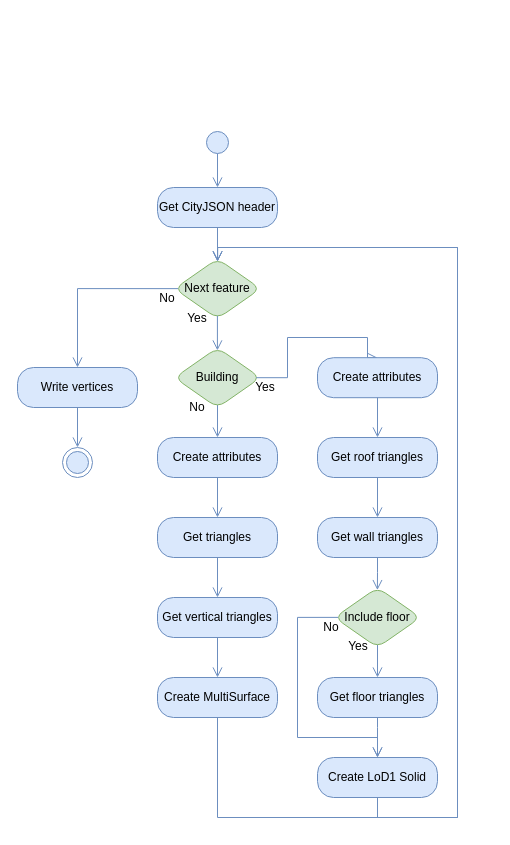
tudelft3d/3dfier keeps this draw.io diagram as resources/flowdiagrams/3dfier writing model CityJSON.drawio. Above is the earlier version. Source tidied: cells renumbered, new cells numbered last; positions are measured from the earlier drawing's top-left corner, leaving out a move shared by most shapes. Both pictures are drawn from the tidied source at 100%, with x=0, y=0 at pixel (17, 127).
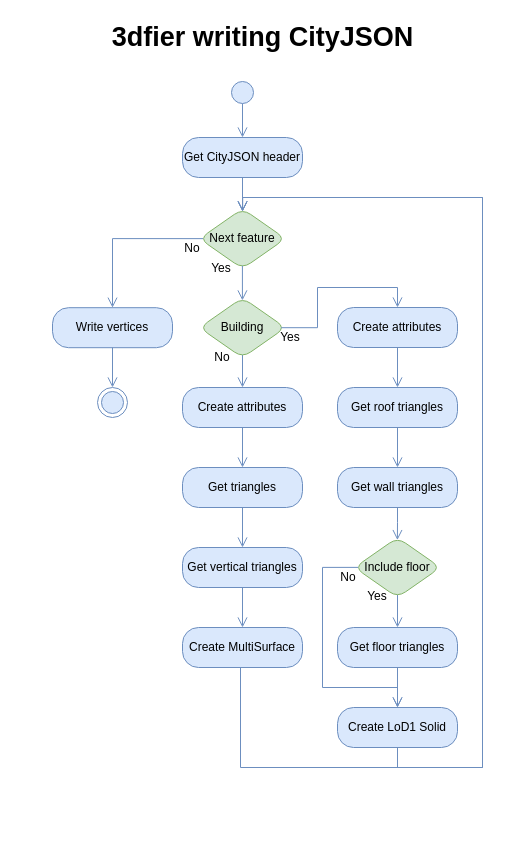
Above is the later version.

Commit message (it also covers changes not shown here):
docs: update flow diagrams

What changed in the source:
```diff
@@
     <mxCell id="2" value="Next feature" style="rhombus;whiteSpace=wrap;html=1;fillColor=#d5e8d4;strokeColor=#82b366;rounded=1;shadow=0;strokeWidth=1;perimeterSpacing=0;" parent="1" vertex="1">
-      <mxGeometry x="157" y="131.2" width="86" height="60" as="geometry" />
+      <mxGeometry x="182" y="81.2" width="86" height="60" as="geometry" />
     </mxCell>
     <mxCell id="3" value="No" style="text;html=1;strokeColor=none;fillColor=none;align=center;verticalAlign=middle;whiteSpace=wrap;rounded=0;" parent="1" vertex="1">
-      <mxGeometry x="129.7" y="161.3" width="40" height="20" as="geometry" />
+      <mxGeometry x="154.5" y="111.3" width="40" height="20" as="geometry" />
     </mxCell>
     <mxCell id="4" value="Yes" style="text;html=1;strokeColor=none;fillColor=none;align=center;verticalAlign=middle;whiteSpace=wrap;rounded=0;" parent="1" vertex="1">
-      <mxGeometry x="159.5" y="181.3" width="40" height="20" as="geometry" />
+      <mxGeometry x="184.3" y="131.3" width="40" height="20" as="geometry" />
     </mxCell>
     <mxCell id="5" value="Create attributes" style="rounded=1;whiteSpace=wrap;html=1;arcSize=40;fillColor=#dae8fc;strokeColor=#6c8ebf;shadow=0;" parent="1" vertex="1">
-      <mxGeometry x="140" y="310" width="120" height="40" as="geometry" />
+      <mxGeometry x="165" y="260" width="120" height="40" as="geometry" />
     </mxCell>
@@
     <mxCell id="9" value="Get CityJSON header" style="rounded=1;whiteSpace=wrap;html=1;arcSize=40;fillColor=#dae8fc;strokeColor=#6c8ebf;shadow=0;" parent="1" vertex="1">
-      <mxGeometry x="140" y="60" width="120" height="40" as="geometry" />
+      <mxGeometry x="165" y="10" width="120" height="40" as="geometry" />
     </mxCell>
@@
     <mxCell id="11" style="edgeStyle=orthogonalEdgeStyle;html=1;verticalAlign=bottom;endArrow=open;endSize=8;strokeColor=#6c8ebf;fillColor=#dae8fc;shadow=0;rounded=0;exitX=0.042;exitY=0.499;exitDx=0;exitDy=0;exitPerimeter=0;entryX=0.5;entryY=0;entryDx=0;entryDy=0;" parent="1" edge="1" source="2" target="12">
       <mxGeometry relative="1" as="geometry">
         <Array as="points">
-          <mxPoint x="60" y="161" />
+          <mxPoint x="95" y="111" />
         </Array>
       </mxGeometry>
     </mxCell>
     <mxCell id="12" value="Write vertices" style="rounded=1;whiteSpace=wrap;html=1;arcSize=40;fillColor=#dae8fc;strokeColor=#6c8ebf;shadow=0;" parent="1" vertex="1">
-      <mxGeometry y="240" width="120" height="40" as="geometry" />
+      <mxGeometry x="35" y="180.2" width="120" height="40" as="geometry" />
     </mxCell>
     <mxCell id="13" value="Building" style="rhombus;whiteSpace=wrap;html=1;fillColor=#d5e8d4;strokeColor=#82b366;rounded=1;shadow=0;strokeWidth=1;perimeterSpacing=0;" parent="1" vertex="1">
-      <mxGeometry x="157" y="220.2" width="86" height="60" as="geometry" />
+      <mxGeometry x="182" y="170.2" width="86" height="60" as="geometry" />
     </mxCell>
     <mxCell id="14" value="No" style="text;html=1;strokeColor=none;fillColor=none;align=center;verticalAlign=middle;whiteSpace=wrap;rounded=0;" parent="1" vertex="1">
-      <mxGeometry x="159.7" y="270.2" width="40" height="20" as="geometry" />
+      <mxGeometry x="184.5" y="220.2" width="40" height="20" as="geometry" />
     </mxCell>
     <mxCell id="15" value="Yes" style="text;html=1;strokeColor=none;fillColor=none;align=center;verticalAlign=middle;whiteSpace=wrap;rounded=0;" parent="1" vertex="1">
-      <mxGeometry x="227.6" y="250.2" width="40" height="20" as="geometry" />
+      <mxGeometry x="252.5" y="200.2" width="40" height="20" as="geometry" />
     </mxCell>
@@
     <mxCell id="17" value="Include floor" style="rhombus;whiteSpace=wrap;html=1;fillColor=#d5e8d4;strokeColor=#82b366;rounded=1;shadow=0;strokeWidth=1;perimeterSpacing=0;" parent="1" vertex="1">
-      <mxGeometry x="317" y="460" width="86" height="60" as="geometry" />
+      <mxGeometry x="337" y="410" width="86" height="60" as="geometry" />
     </mxCell>
     <mxCell id="18" value="No" style="text;html=1;strokeColor=none;fillColor=none;align=center;verticalAlign=middle;whiteSpace=wrap;rounded=0;" parent="1" vertex="1">
-      <mxGeometry x="294" y="490" width="40" height="20" as="geometry" />
+      <mxGeometry x="310.8" y="440" width="40" height="20" as="geometry" />
     </mxCell>
     <mxCell id="19" value="Yes" style="text;html=1;strokeColor=none;fillColor=none;align=center;verticalAlign=middle;whiteSpace=wrap;rounded=0;" parent="1" vertex="1">
-      <mxGeometry x="320.7" y="509" width="40" height="20" as="geometry" />
+      <mxGeometry x="339.5" y="459" width="40" height="20" as="geometry" />
     </mxCell>
     <mxCell id="20" value="Get floor triangles" style="rounded=1;whiteSpace=wrap;html=1;arcSize=40;fillColor=#dae8fc;strokeColor=#6c8ebf;shadow=0;" parent="1" vertex="1">
-      <mxGeometry x="300" y="550" width="120" height="40" as="geometry" />
+      <mxGeometry x="320" y="500" width="120" height="40" as="geometry" />
     </mxCell>
     <mxCell id="21" style="edgeStyle=orthogonalEdgeStyle;html=1;verticalAlign=bottom;endArrow=open;endSize=8;strokeColor=#6c8ebf;fillColor=#dae8fc;shadow=0;rounded=0;exitX=0.5;exitY=1;exitDx=0;exitDy=0;entryX=0.501;entryY=0.044;entryDx=0;entryDy=0;entryPerimeter=0;" parent="1" edge="1" source="27" target="2">
       <mxGeometry relative="1" as="geometry">
         <Array as="points">
-          <mxPoint x="360" y="690" />
-          <mxPoint x="440" y="690" />
-          <mxPoint x="440" y="120" />
-          <mxPoint x="200" y="120" />
+          <mxPoint x="380" y="640" />
+          <mxPoint x="465" y="640" />
+          <mxPoint x="465" y="70" />
+          <mxPoint x="225" y="70" />
         </Array>
       </mxGeometry>
     </mxCell>
     <mxCell id="22" style="edgeStyle=orthogonalEdgeStyle;html=1;verticalAlign=bottom;endArrow=open;endSize=8;strokeColor=#6c8ebf;fillColor=#dae8fc;shadow=0;rounded=0;exitX=0.95;exitY=0.5;exitDx=0;exitDy=0;exitPerimeter=0;entryX=0.5;entryY=0;entryDx=0;entryDy=0;" parent="1" edge="1" source="13" target="30">
       <mxGeometry relative="1" as="geometry">
         <Array as="points">
-          <mxPoint x="270" y="250" />
-          <mxPoint x="270" y="210" />
-          <mxPoint x="350" y="210" />
+          <mxPoint x="300" y="200" />
+          <mxPoint x="300" y="160" />
+          <mxPoint x="380" y="160" />
         </Array>
       </mxGeometry>
     </mxCell>
     <mxCell id="23" value="Get roof triangles" style="rounded=1;whiteSpace=wrap;html=1;arcSize=40;fillColor=#dae8fc;strokeColor=#6c8ebf;shadow=0;" parent="1" vertex="1">
-      <mxGeometry x="300" y="310" width="120" height="40" as="geometry" />
+      <mxGeometry x="320" y="260" width="120" height="40" as="geometry" />
     </mxCell>
@@
     <mxCell id="25" value="Get wall triangles" style="rounded=1;whiteSpace=wrap;html=1;arcSize=40;fillColor=#dae8fc;strokeColor=#6c8ebf;shadow=0;" parent="1" vertex="1">
-      <mxGeometry x="300" y="390" width="120" height="40" as="geometry" />
+      <mxGeometry x="320" y="340" width="120" height="40" as="geometry" />
     </mxCell>
@@
     <mxCell id="27" value="Create LoD1 Solid" style="rounded=1;whiteSpace=wrap;html=1;arcSize=40;fillColor=#dae8fc;strokeColor=#6c8ebf;shadow=0;" parent="1" vertex="1">
-      <mxGeometry x="300" y="630" width="120" height="40" as="geometry" />
+      <mxGeometry x="320" y="580" width="120" height="40" as="geometry" />
     </mxCell>
     <mxCell id="28" style="edgeStyle=orthogonalEdgeStyle;html=1;verticalAlign=bottom;endArrow=open;endSize=8;strokeColor=#6c8ebf;fillColor=#dae8fc;shadow=0;rounded=0;entryX=0.5;entryY=0;entryDx=0;entryDy=0;exitX=0.5;exitY=1;exitDx=0;exitDy=0;" parent="1" edge="1" source="20" target="27">
-      <mxGeometry relative="1" as="geometry">
-        <Array as="points">
-          <mxPoint x="360" y="600" />
-          <mxPoint x="360" y="600" />
-        </Array>
-      </mxGeometry>
+      <mxGeometry relative="1" as="geometry" />
     </mxCell>
@@
     <mxCell id="30" value="Create attributes" style="rounded=1;whiteSpace=wrap;html=1;arcSize=40;fillColor=#dae8fc;strokeColor=#6c8ebf;shadow=0;" parent="1" vertex="1">
-      <mxGeometry x="300" y="230.2" width="120" height="40" as="geometry" />
+      <mxGeometry x="320" y="180" width="120" height="40" as="geometry" />
     </mxCell>
@@
     <mxCell id="32" value="Get triangles" style="rounded=1;whiteSpace=wrap;html=1;arcSize=40;fillColor=#dae8fc;strokeColor=#6c8ebf;shadow=0;" parent="1" vertex="1">
-      <mxGeometry x="140" y="390" width="120" height="40" as="geometry" />
+      <mxGeometry x="165" y="340" width="120" height="40" as="geometry" />
     </mxCell>
@@
     <mxCell id="34" value="Get vertical triangles" style="rounded=1;whiteSpace=wrap;html=1;arcSize=40;fillColor=#dae8fc;strokeColor=#6c8ebf;shadow=0;" parent="1" vertex="1">
-      <mxGeometry x="140" y="470" width="120" height="40" as="geometry" />
+      <mxGeometry x="165" y="420" width="120" height="40" as="geometry" />
     </mxCell>
@@
     <mxCell id="36" value="Create MultiSurface" style="rounded=1;whiteSpace=wrap;html=1;arcSize=40;fillColor=#dae8fc;strokeColor=#6c8ebf;shadow=0;" parent="1" vertex="1">
-      <mxGeometry x="140" y="550" width="120" height="40" as="geometry" />
+      <mxGeometry x="165" y="500" width="120" height="40" as="geometry" />
     </mxCell>
     <mxCell id="37" style="edgeStyle=orthogonalEdgeStyle;html=1;verticalAlign=bottom;endArrow=open;endSize=8;strokeColor=#6c8ebf;fillColor=#dae8fc;shadow=0;rounded=0;exitX=0.5;exitY=1;exitDx=0;exitDy=0;entryX=0.501;entryY=0.044;entryDx=0;entryDy=0;entryPerimeter=0;" parent="1" edge="1" source="36" target="2">
       <mxGeometry relative="1" as="geometry">
         <Array as="points">
-          <mxPoint x="200" y="690" />
-          <mxPoint x="440" y="690" />
-          <mxPoint x="440" y="120" />
-          <mxPoint x="200" y="120" />
+          <mxPoint x="223" y="640" />
+          <mxPoint x="465" y="640" />
+          <mxPoint x="465" y="70" />
+          <mxPoint x="225" y="70" />
         </Array>
       </mxGeometry>
     </mxCell>
     <mxCell id="38" style="ellipse;html=1;shape=endState;fillColor=#dae8fc;strokeColor=#6c8ebf;rounded=1;shadow=0;" parent="1" vertex="1">
-      <mxGeometry x="45" y="320" width="30" height="30" as="geometry" />
+      <mxGeometry x="80" y="260" width="30" height="30" as="geometry" />
     </mxCell>
@@
     <mxCell id="40" style="ellipse;html=1;shape=startState;fillColor=#dae8fc;strokeColor=#6c8ebf;shadow=0;" parent="1" vertex="1">
-      <mxGeometry x="185" width="30" height="30" as="geometry" />
+      <mxGeometry x="210" y="-50" width="30" height="30" as="geometry" />
     </mxCell>
     <mxCell id="41" style="edgeStyle=orthogonalEdgeStyle;html=1;verticalAlign=bottom;endArrow=open;endSize=8;strokeColor=#6c8ebf;fillColor=#dae8fc;shadow=0;rounded=0;exitX=0.042;exitY=0.498;exitDx=0;exitDy=0;exitPerimeter=0;entryX=0.5;entryY=0;entryDx=0;entryDy=0;" parent="1" edge="1" source="17" target="27">
       <mxGeometry relative="1" as="geometry">
         <Array as="points">
-          <mxPoint x="280" y="490" />
-          <mxPoint x="280" y="610" />
-          <mxPoint x="360" y="610" />
+          <mxPoint x="305" y="440" />
+          <mxPoint x="305" y="560" />
+          <mxPoint x="380" y="560" />
         </Array>
       </mxGeometry>
     </mxCell>
+    <mxCell id="42" value="3dfier writing CityJSON" style="text;strokeColor=none;fillColor=none;html=1;fontSize=27;fontStyle=1;verticalAlign=middle;align=center;rounded=0;shadow=0;" parent="1" vertex="1">
+      <mxGeometry x="85" y="-110" width="319" height="40" as="geometry" />
+    </mxCell>
```
